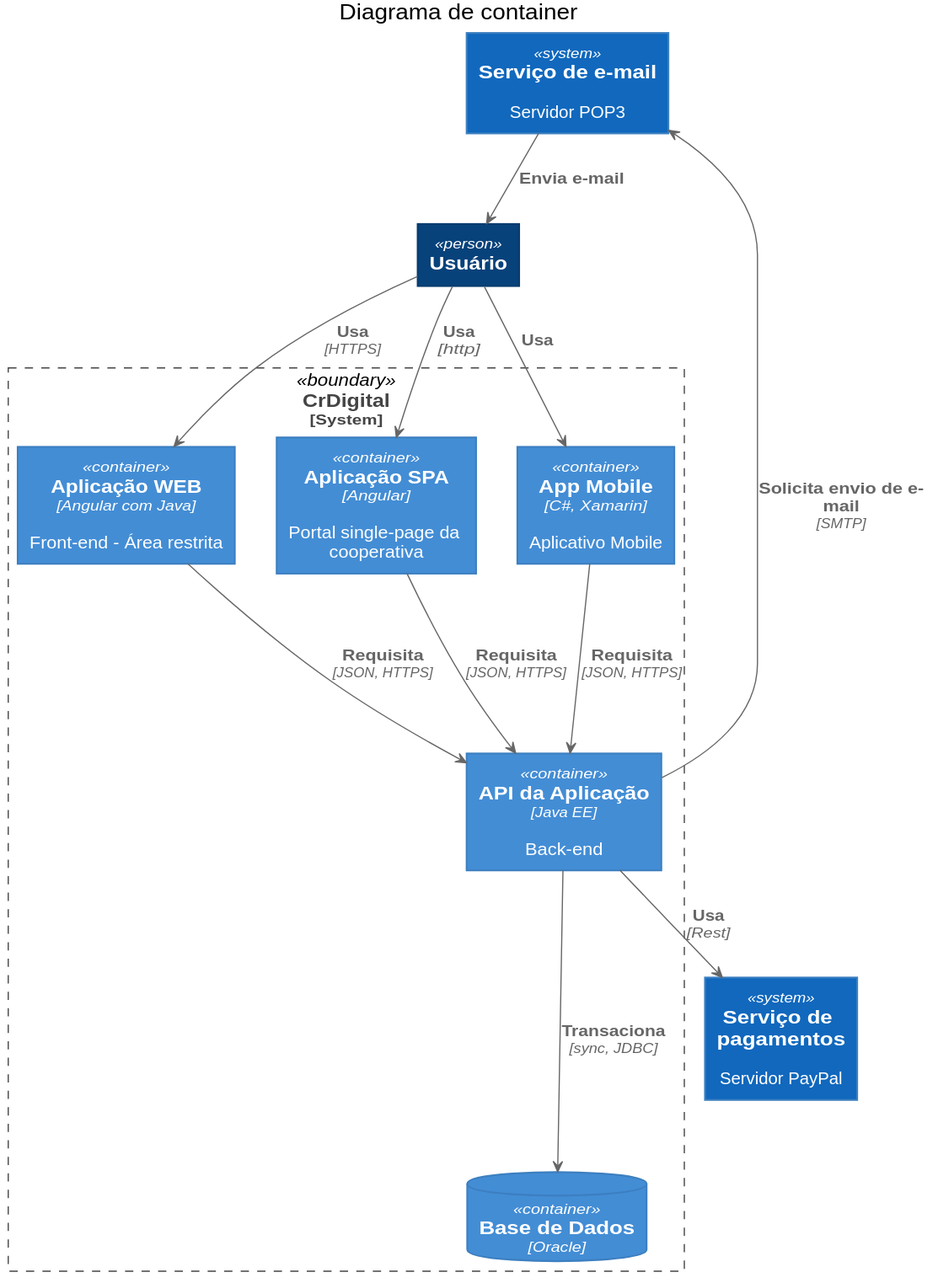
The PlantUML diagram docs/02-diagrama-de-container/02-diagrama-de-container.svg in elissonlobao/igti-arq-web-trabalho-pratico, before a commit. Source of this version:
```plantuml
@startuml C4_Elements
!include shared/C4/C4_Container.puml

title Diagrama de container

Person(persona, "Usuário")

!define ContainerDb(e_alias, e_label, e_techn) database "==e_label\n//<size:TECHN_FONT_SIZE>[e_techn]</size>//" <<container>> as e_alias
!define ContainerDb(e_alias, e_label, e_techn, e_descr) database "==e_label\n//<size:TECHN_FONT_SIZE>[e_techn]</size>//\n\n e_descr" <<container>> as e_alias

System_Boundary(c1, "CrDigital"){
    Container(aplicacao, "Aplicação WEB", "Angular com Java", "Front-end - Área restrita")
    Container(pagina, "Aplicação SPA", "Angular", "Portal single-page da cooperativa")
    Container(appMobile, "App Mobile", "C#, Xamarin", "Aplicativo Mobile")
    Container(api, "API da Aplicação", "Java EE", "Back-end")
    ContainerDb(db1,"Base de Dados", "Oracle")
}

System(servidorEmail, "Serviço de e-mail", "Servidor POP3")
System(servidorPaypal, "Serviço de pagamentos", "Servidor PayPal")

Rel(persona, aplicacao, "Usa", "HTTPS")
Rel(persona, pagina, "Usa", "http")
Rel(persona, appMobile, "Usa")

Rel(api, servidorEmail, "Solicita envio de e-mail", "SMTP")
Rel(api, servidorPaypal, "Usa", "Rest")
Rel(servidorEmail, persona, "Envia e-mail")

Rel(pagina, api, "Requisita", "JSON, HTTPS")
Rel(aplicacao, api, "Requisita", "JSON, HTTPS")
Rel(appMobile, api, "Requisita", "JSON, HTTPS")
Rel(api, db1, "Transaciona", "sync, JDBC")

@enduml
```
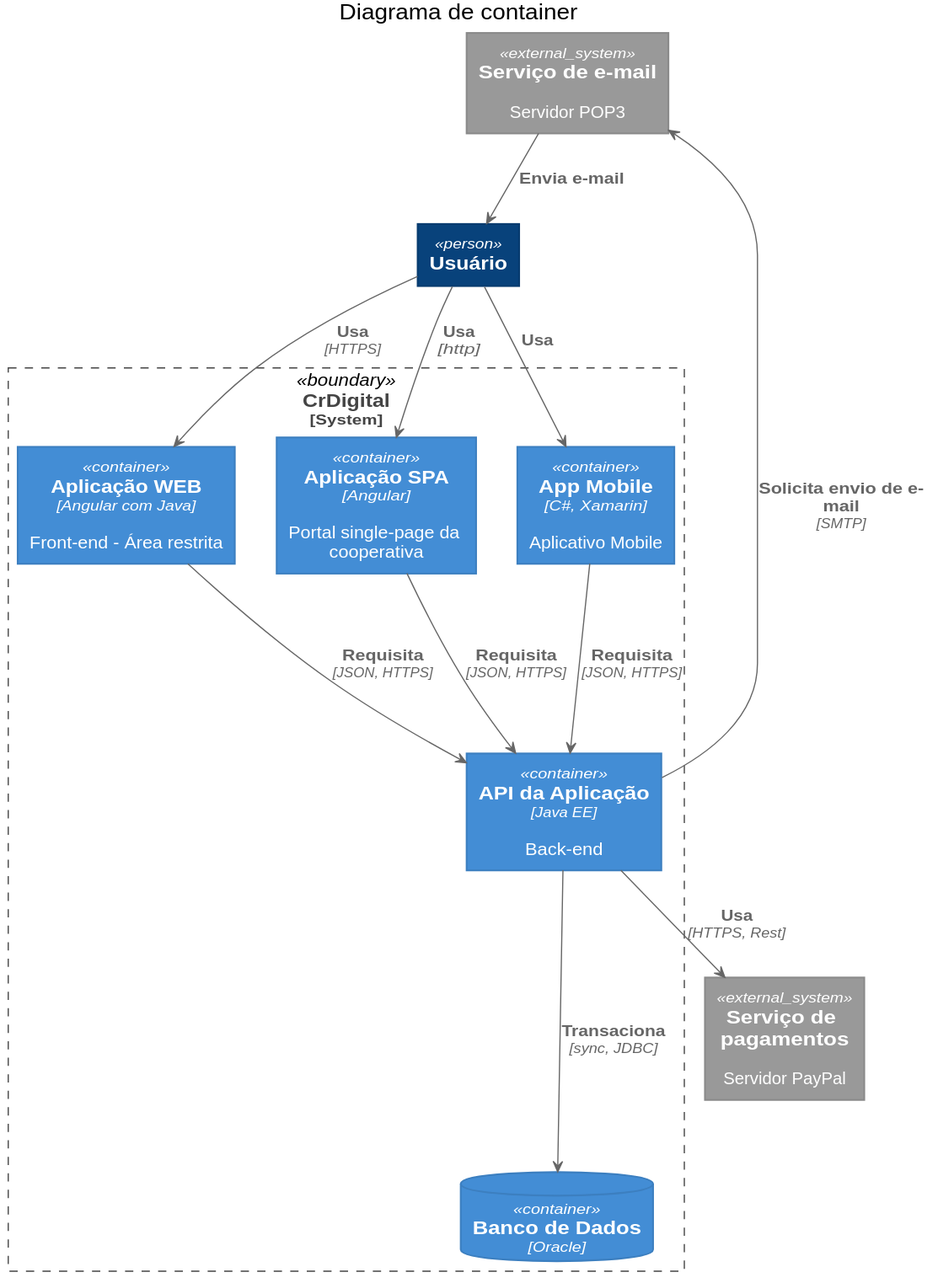
Later version of the same file.

Change to the diagram source:
```diff
@@ -13,18 +13,18 @@
     Container(pagina, "Aplicação SPA", "Angular", "Portal single-page da cooperativa")
     Container(appMobile, "App Mobile", "C#, Xamarin", "Aplicativo Mobile")
     Container(api, "API da Aplicação", "Java EE", "Back-end")
-    ContainerDb(db1,"Base de Dados", "Oracle")
+    ContainerDb(db1,"Banco de Dados", "Oracle")
 }
 
-System(servidorEmail, "Serviço de e-mail", "Servidor POP3")
-System(servidorPaypal, "Serviço de pagamentos", "Servidor PayPal")
+System_Ext(servidorEmail, "Serviço de e-mail", "Servidor POP3")
+System_Ext(servidorPaypal, "Serviço de pagamentos", "Servidor PayPal")
 
 Rel(persona, aplicacao, "Usa", "HTTPS")
 Rel(persona, pagina, "Usa", "http")
 Rel(persona, appMobile, "Usa")
 
 Rel(api, servidorEmail, "Solicita envio de e-mail", "SMTP")
-Rel(api, servidorPaypal, "Usa", "Rest")
+Rel(api, servidorPaypal, "Usa", "HTTPS, Rest")
 Rel(servidorEmail, persona, "Envia e-mail")
 
 Rel(pagina, api, "Requisita", "JSON, HTTPS")
```
